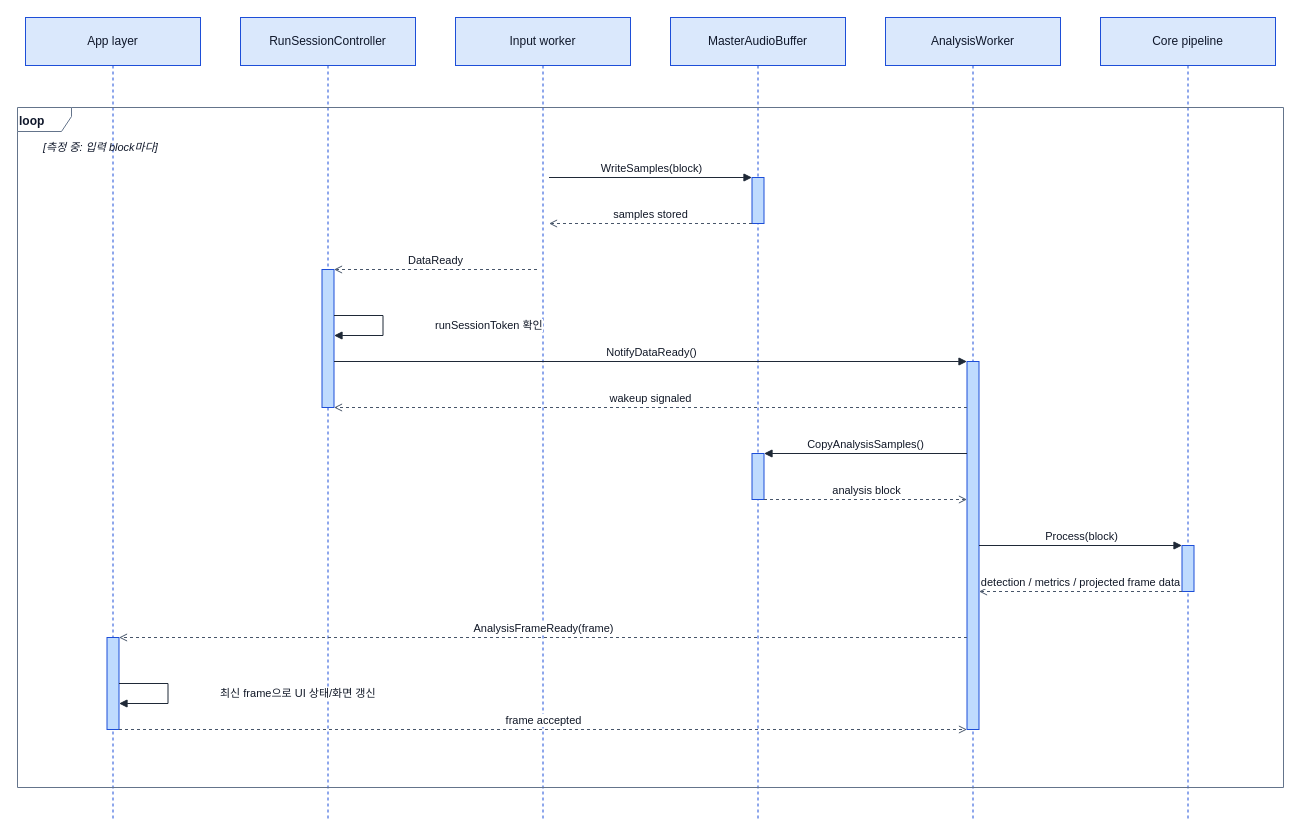
The draw.io diagram page "Level 2.3 · 측정 중 분석 반복 흐름" (4 of 7) of docs/architecture/Sequence/sequence.drawio in Jae-hong-5/TimeGrapher-Net, before the edit. Source tidied: cells renumbered, new cells numbered last; positions are measured from the earlier drawing's top-left corner, leaving out a move shared by most shapes. Both pictures are drawn from the tidied source at 100%, with x=0, y=0 at pixel (17, 17).
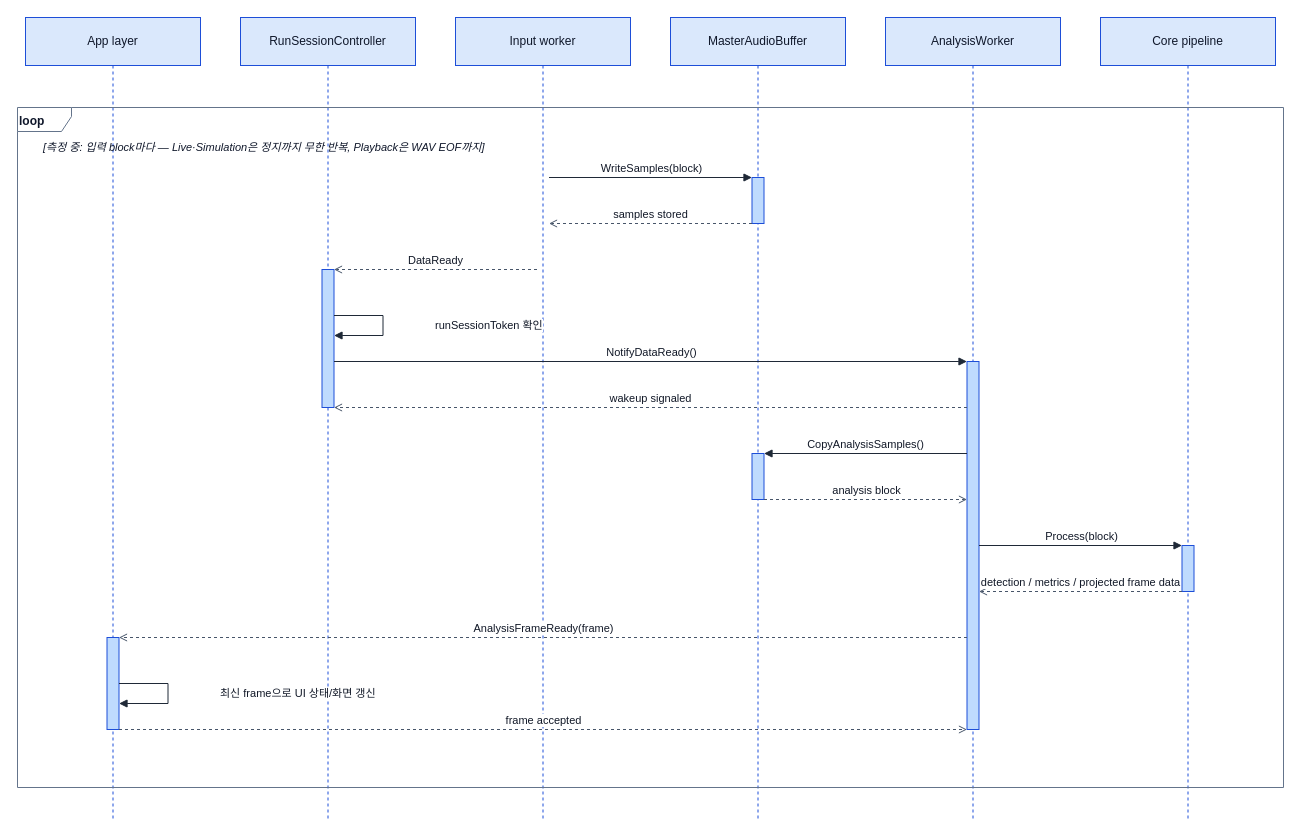
The same diagram, later.

What changed in the source:
```diff
@@
-    <mxCell id="28" value="[측정 중: 입력 block마다]" style="text;html=1;strokeColor=none;fillColor=none;align=left;verticalAlign=middle;fontSize=11;fontColor=#0f172a;fontStyle=2;" parent="1" vertex="1">
+    <mxCell id="28" value="[측정 중: 입력 block마다 — Live·Simulation은 정지까지 무한 반복, Playback은 WAV EOF까지]" style="text;html=1;strokeColor=none;fillColor=none;align=left;verticalAlign=middle;fontSize=11;fontColor=#0f172a;fontStyle=2;" parent="1" vertex="1">
       <mxGeometry x="24" y="120" width="1226" height="20" as="geometry" />
     </mxCell>
```
